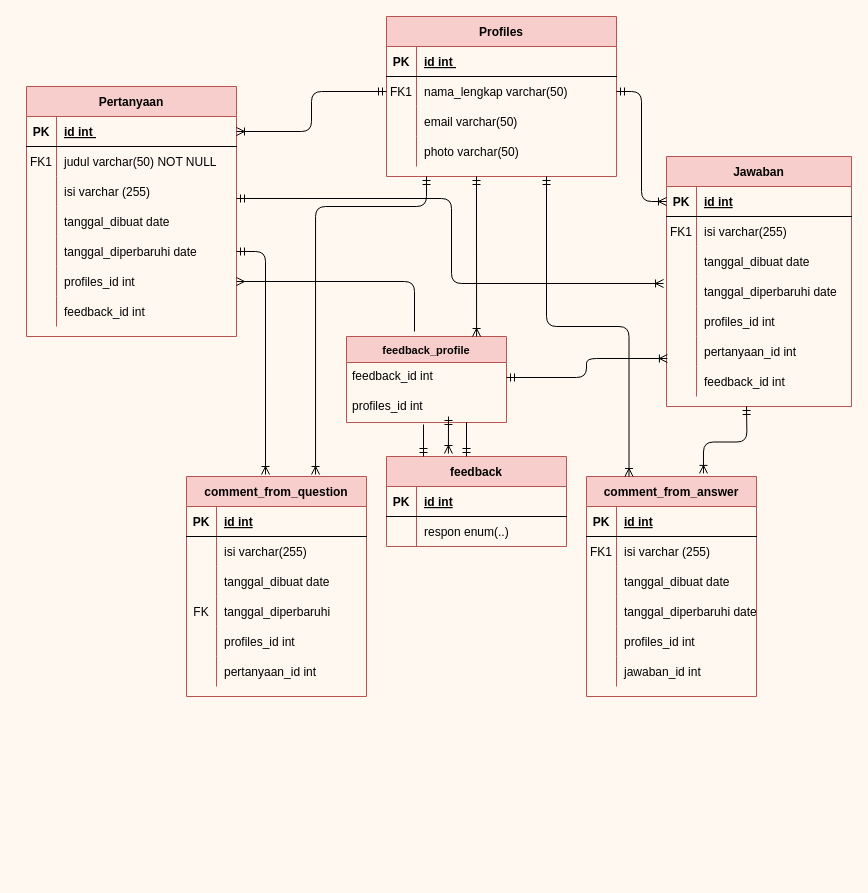
The draw.io diagram Untitled Diagram.drawio in Alfinaatika9/BelajarERD, before the edit. Source tidied: cells renumbered, new cells numbered last; positions are measured from the earlier drawing's top-left corner, leaving out a move shared by most shapes. Both pictures are drawn from the tidied source at 100%, with x=0, y=0 at pixel (26, 16).
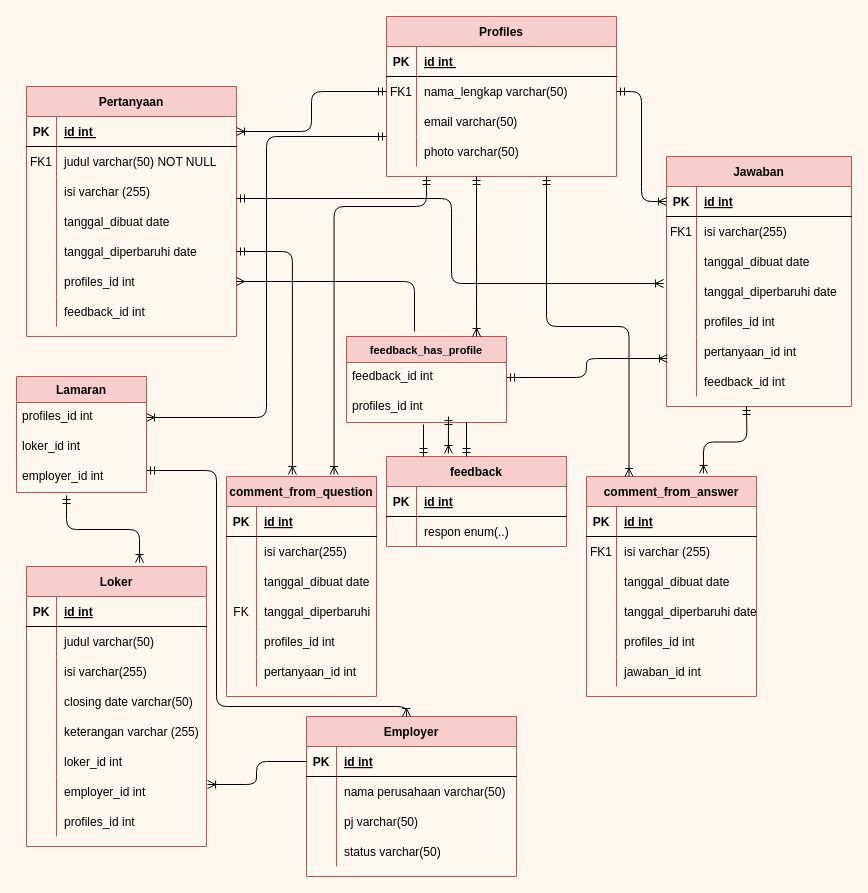
The same page after the edit.

Unchanged cells that the change refers to:
```xml
<mxCell id="34" style="shape=partialRectangle;fillColor=none;points=[[0,0.5],[1,0.5]];portConstraint=eastwest;top=0;left=0;right=0;bottom=0;" parent="24" vertex="1">
  <mxGeometry y="120" width="230" height="30" as="geometry" />
</mxCell>
```

Diff of the diagram source:
```diff
@@
-    <mxCell id="59" value="comment_from_question" style="shape=table;startSize=30;childLayout=tableLayout;rowLines=0;fontStyle=1;align=center;fillColor=#f8cecc;strokeColor=#b85450;" parent="1" vertex="1">
-      <mxGeometry x="160" y="460" width="180" height="220" as="geometry" />
-    </mxCell>
-    <mxCell id="60" style="shape=partialRectangle;fillColor=none;top=0;left=0;bottom=1;right=0;" parent="59" vertex="1">
-      <mxGeometry y="30" width="180" height="30" as="geometry" />
-    </mxCell>
-    <mxCell id="61" value="PK" style="shape=partialRectangle;fillColor=none;top=0;left=0;bottom=0;right=0;fontStyle=1;overflow=hidden;" parent="60" vertex="1">
-      <mxGeometry width="30" height="30" as="geometry" />
-    </mxCell>
-    <mxCell id="62" value="id int" style="shape=partialRectangle;fillColor=none;top=0;left=0;bottom=0;right=0;align=left;spacingLeft=6;fontStyle=5;overflow=hidden;" parent="60" vertex="1">
-      <mxGeometry x="30" width="150" height="30" as="geometry" />
-    </mxCell>
-    <mxCell id="63" style="shape=partialRectangle;fillColor=none;top=0;left=0;bottom=0;right=0;" parent="59" vertex="1">
-      <mxGeometry y="60" width="180" height="30" as="geometry" />
-    </mxCell>
-    <mxCell id="64" style="shape=partialRectangle;fillColor=none;top=0;left=0;bottom=0;right=0;overflow=hidden;" parent="63" vertex="1">
-      <mxGeometry width="30" height="30" as="geometry" />
-    </mxCell>
-    <mxCell id="65" value="isi varchar(255)" style="shape=partialRectangle;fillColor=none;top=0;left=0;bottom=0;right=0;align=left;spacingLeft=6;overflow=hidden;" parent="63" vertex="1">
-      <mxGeometry x="30" width="150" height="30" as="geometry" />
-    </mxCell>
-    <mxCell id="66" style="shape=partialRectangle;fillColor=none;top=0;left=0;bottom=0;right=0;" parent="59" vertex="1">
-      <mxGeometry y="90" width="180" height="30" as="geometry" />
-    </mxCell>
-    <mxCell id="67" style="shape=partialRectangle;fillColor=none;top=0;left=0;bottom=0;right=0;overflow=hidden;" parent="66" vertex="1">
-      <mxGeometry width="30" height="30" as="geometry" />
-    </mxCell>
-    <mxCell id="68" value="tanggal_dibuat date" style="shape=partialRectangle;fillColor=none;top=0;left=0;bottom=0;right=0;align=left;spacingLeft=6;overflow=hidden;" parent="66" vertex="1">
-      <mxGeometry x="30" width="150" height="30" as="geometry" />
-    </mxCell>
-    <mxCell id="69" style="shape=partialRectangle;fillColor=none;top=0;left=0;bottom=0;right=0;" parent="59" vertex="1">
-      <mxGeometry y="120" width="180" height="30" as="geometry" />
-    </mxCell>
-    <mxCell id="70" value="FK" style="shape=partialRectangle;fillColor=none;top=0;left=0;bottom=0;right=0;overflow=hidden;" parent="69" vertex="1">
-      <mxGeometry width="30" height="30" as="geometry" />
-    </mxCell>
-    <mxCell id="71" value="tanggal_diperbaruhi" style="shape=partialRectangle;fillColor=none;top=0;left=0;bottom=0;right=0;align=left;spacingLeft=6;overflow=hidden;" parent="69" vertex="1">
-      <mxGeometry x="30" width="150" height="30" as="geometry" />
-    </mxCell>
-    <mxCell id="72" style="shape=partialRectangle;fillColor=none;top=0;left=0;bottom=0;right=0;" parent="59" vertex="1">
-      <mxGeometry y="150" width="180" height="30" as="geometry" />
-    </mxCell>
-    <mxCell id="73" style="shape=partialRectangle;fillColor=none;top=0;left=0;bottom=0;right=0;overflow=hidden;" parent="72" vertex="1">
-      <mxGeometry width="30" height="30" as="geometry" />
-    </mxCell>
-    <mxCell id="74" value="profiles_id int" style="shape=partialRectangle;fillColor=none;top=0;left=0;bottom=0;right=0;align=left;spacingLeft=6;overflow=hidden;" parent="72" vertex="1">
-      <mxGeometry x="30" width="150" height="30" as="geometry" />
-    </mxCell>
-    <mxCell id="75" style="shape=partialRectangle;fillColor=none;top=0;left=0;bottom=0;right=0;" parent="59" vertex="1">
-      <mxGeometry y="180" width="180" height="30" as="geometry" />
-    </mxCell>
-    <mxCell id="76" style="shape=partialRectangle;fillColor=none;top=0;left=0;bottom=0;right=0;overflow=hidden;" parent="75" vertex="1">
-      <mxGeometry width="30" height="30" as="geometry" />
-    </mxCell>
-    <mxCell id="77" value="pertanyaan_id int" style="shape=partialRectangle;fillColor=none;top=0;left=0;bottom=0;right=0;align=left;spacingLeft=6;overflow=hidden;" parent="75" vertex="1">
-      <mxGeometry x="30" width="150" height="30" as="geometry" />
-    </mxCell>
-    <mxCell id="78" value="feedback_profile" style="swimlane;fontStyle=1;horizontal=1;startSize=26;align=center;fontSize=11;fillColor=#f8cecc;strokeColor=#b85450;" parent="1" vertex="1">
+    <mxCell id="78" value="feedback_has_profile" style="swimlane;fontStyle=1;horizontal=1;startSize=26;align=center;fontSize=11;fillColor=#f8cecc;strokeColor=#b85450;" parent="1" vertex="1">
       <mxGeometry x="320" y="320" width="160" height="86" as="geometry" />
     </mxCell>
@@
+    <mxCell id="120" style="edgeStyle=elbowEdgeStyle;fontSize=12;html=1;endArrow=ERoneToMany;startArrow=ERmandOne;entryX=1;entryY=0.5;entryDx=0;entryDy=0;exitX=0;exitY=0;exitDx=0;exitDy=0;exitPerimeter=0;" parent="1" edge="1" source="34" target="122">
+      <mxGeometry relative="1" as="geometry" />
+    </mxCell>
+    <mxCell id="121" value="Lamaran" style="swimlane;fontStyle=1;horizontal=1;startSize=26;align=center;fontSize=12;fillColor=#f8cecc;strokeColor=#b85450;" parent="1" vertex="1">
+      <mxGeometry x="-10" y="360" width="130" height="116" as="geometry" />
+    </mxCell>
+    <mxCell id="122" value="profiles_id int" style="text;strokeColor=none;fillColor=none;spacingLeft=4;spacingRight=4;overflow=hidden;points=[[0,0.5],[1,0.5]];portConstraint=eastwest;fontSize=12;" parent="121" vertex="1">
+      <mxGeometry y="26" width="130" height="30" as="geometry" />
+    </mxCell>
+    <mxCell id="123" value="loker_id int" style="text;strokeColor=none;fillColor=none;spacingLeft=4;spacingRight=4;overflow=hidden;fontSize=12;" parent="121" vertex="1">
+      <mxGeometry y="56" width="130" height="30" as="geometry" />
+    </mxCell>
+    <mxCell id="124" value="employer_id int" style="text;strokeColor=none;fillColor=none;spacingLeft=4;spacingRight=4;overflow=hidden;points=[[0,0.5],[1,0.5]];portConstraint=eastwest;fontSize=12;" parent="121" vertex="1">
+      <mxGeometry y="86" width="130" height="30" as="geometry" />
+    </mxCell>
+    <mxCell id="125" value="Loker" style="shape=table;startSize=30;childLayout=tableLayout;rowLines=0;fontStyle=1;align=center;fontSize=12;fillColor=#f8cecc;strokeColor=#b85450;" parent="1" vertex="1">
+      <mxGeometry y="550" width="180" height="280" as="geometry" />
+    </mxCell>
+    <mxCell id="126" style="shape=partialRectangle;fillColor=none;top=0;left=0;bottom=1;right=0;" parent="125" vertex="1">
+      <mxGeometry y="30" width="180" height="30" as="geometry" />
+    </mxCell>
+    <mxCell id="127" value="PK" style="shape=partialRectangle;fillColor=none;top=0;left=0;bottom=0;right=0;fontStyle=1;overflow=hidden;" parent="126" vertex="1">
+      <mxGeometry width="30" height="30" as="geometry" />
+    </mxCell>
+    <mxCell id="128" value="id int" style="shape=partialRectangle;fillColor=none;top=0;left=0;bottom=0;right=0;align=left;spacingLeft=6;fontStyle=5;overflow=hidden;" parent="126" vertex="1">
+      <mxGeometry x="30" width="150" height="30" as="geometry" />
+    </mxCell>
+    <mxCell id="129" style="shape=partialRectangle;fillColor=none;top=0;left=0;bottom=0;right=0;" parent="125" vertex="1">
+      <mxGeometry y="60" width="180" height="30" as="geometry" />
+    </mxCell>
+    <mxCell id="130" style="shape=partialRectangle;fillColor=none;top=0;left=0;bottom=0;right=0;overflow=hidden;" parent="129" vertex="1">
+      <mxGeometry width="30" height="30" as="geometry" />
+    </mxCell>
+    <mxCell id="131" value="judul varchar(50)" style="shape=partialRectangle;fillColor=none;top=0;left=0;bottom=0;right=0;align=left;spacingLeft=6;overflow=hidden;" parent="129" vertex="1">
+      <mxGeometry x="30" width="150" height="30" as="geometry" />
+    </mxCell>
+    <mxCell id="132" style="shape=partialRectangle;fillColor=none;top=0;left=0;bottom=0;right=0;" parent="125" vertex="1">
+      <mxGeometry y="90" width="180" height="30" as="geometry" />
+    </mxCell>
+    <mxCell id="133" style="shape=partialRectangle;fillColor=none;top=0;left=0;bottom=0;right=0;overflow=hidden;" parent="132" vertex="1">
+      <mxGeometry width="30" height="30" as="geometry" />
+    </mxCell>
+    <mxCell id="134" value="isi varchar(255)" style="shape=partialRectangle;fillColor=none;top=0;left=0;bottom=0;right=0;align=left;spacingLeft=6;overflow=hidden;" parent="132" vertex="1">
+      <mxGeometry x="30" width="150" height="30" as="geometry" />
+    </mxCell>
+    <mxCell id="135" style="shape=partialRectangle;fillColor=none;top=0;left=0;bottom=0;right=0;" parent="125" vertex="1">
+      <mxGeometry y="120" width="180" height="30" as="geometry" />
+    </mxCell>
+    <mxCell id="136" style="shape=partialRectangle;fillColor=none;top=0;left=0;bottom=0;right=0;overflow=hidden;" parent="135" vertex="1">
+      <mxGeometry width="30" height="30" as="geometry" />
+    </mxCell>
+    <mxCell id="137" value="closing date varchar(50)" style="shape=partialRectangle;fillColor=none;top=0;left=0;bottom=0;right=0;align=left;spacingLeft=6;overflow=hidden;" parent="135" vertex="1">
+      <mxGeometry x="30" width="150" height="30" as="geometry" />
+    </mxCell>
+    <mxCell id="138" style="shape=partialRectangle;fillColor=none;top=0;left=0;bottom=0;right=0;" parent="125" vertex="1">
+      <mxGeometry y="150" width="180" height="30" as="geometry" />
+    </mxCell>
+    <mxCell id="139" style="shape=partialRectangle;fillColor=none;top=0;left=0;bottom=0;right=0;overflow=hidden;" parent="138" vertex="1">
+      <mxGeometry width="30" height="30" as="geometry" />
+    </mxCell>
+    <mxCell id="140" value="keterangan varchar (255)" style="shape=partialRectangle;fillColor=none;top=0;left=0;bottom=0;right=0;align=left;spacingLeft=6;overflow=hidden;" parent="138" vertex="1">
+      <mxGeometry x="30" width="150" height="30" as="geometry" />
+    </mxCell>
+    <mxCell id="141" style="shape=partialRectangle;fillColor=none;top=0;left=0;bottom=0;right=0;" parent="125" vertex="1">
+      <mxGeometry y="180" width="180" height="30" as="geometry" />
+    </mxCell>
+    <mxCell id="142" style="shape=partialRectangle;fillColor=none;top=0;left=0;bottom=0;right=0;overflow=hidden;" parent="141" vertex="1">
+      <mxGeometry width="30" height="30" as="geometry" />
+    </mxCell>
+    <mxCell id="143" value="loker_id int" style="shape=partialRectangle;fillColor=none;top=0;left=0;bottom=0;right=0;align=left;spacingLeft=6;overflow=hidden;" parent="141" vertex="1">
+      <mxGeometry x="30" width="150" height="30" as="geometry" />
+    </mxCell>
+    <mxCell id="144" style="shape=partialRectangle;fillColor=none;top=0;left=0;bottom=0;right=0;points=[[0,0.5],[1,0.5]];portConstraint=eastwest;" parent="125" vertex="1">
+      <mxGeometry y="210" width="180" height="30" as="geometry" />
+    </mxCell>
+    <mxCell id="145" style="shape=partialRectangle;fillColor=none;top=0;left=0;bottom=0;right=0;overflow=hidden;" parent="144" vertex="1">
+      <mxGeometry width="30" height="30" as="geometry" />
+    </mxCell>
+    <mxCell id="146" value="employer_id int" style="shape=partialRectangle;fillColor=none;top=0;left=0;bottom=0;right=0;align=left;spacingLeft=6;overflow=hidden;" parent="144" vertex="1">
+      <mxGeometry x="30" width="150" height="30" as="geometry" />
+    </mxCell>
+    <mxCell id="147" style="shape=partialRectangle;fillColor=none;top=0;left=0;bottom=0;right=0;" parent="125" vertex="1">
+      <mxGeometry y="240" width="180" height="30" as="geometry" />
+    </mxCell>
+    <mxCell id="148" style="shape=partialRectangle;fillColor=none;top=0;left=0;bottom=0;right=0;overflow=hidden;" parent="147" vertex="1">
+      <mxGeometry width="30" height="30" as="geometry" />
+    </mxCell>
+    <mxCell id="149" value="profiles_id int" style="shape=partialRectangle;fillColor=none;top=0;left=0;bottom=0;right=0;align=left;spacingLeft=6;overflow=hidden;" parent="147" vertex="1">
+      <mxGeometry x="30" width="150" height="30" as="geometry" />
+    </mxCell>
+    <mxCell id="150" value="Employer" style="shape=table;startSize=30;childLayout=tableLayout;rowLines=0;fontStyle=1;align=center;fontSize=12;fillColor=#f8cecc;strokeColor=#b85450;" parent="1" vertex="1">
+      <mxGeometry x="280" y="700" width="210" height="160" as="geometry" />
+    </mxCell>
+    <mxCell id="151" style="shape=partialRectangle;fillColor=none;top=0;left=0;bottom=1;right=0;points=[[0,0.5],[1,0.5]];portConstraint=eastwest;" parent="150" vertex="1">
+      <mxGeometry y="30" width="210" height="30" as="geometry" />
+    </mxCell>
+    <mxCell id="152" value="PK" style="shape=partialRectangle;fillColor=none;top=0;left=0;bottom=0;right=0;fontStyle=1;overflow=hidden;" parent="151" vertex="1">
+      <mxGeometry width="30" height="30" as="geometry" />
+    </mxCell>
+    <mxCell id="153" value="id int" style="shape=partialRectangle;fillColor=none;top=0;left=0;bottom=0;right=0;align=left;spacingLeft=6;fontStyle=5;overflow=hidden;" parent="151" vertex="1">
+      <mxGeometry x="30" width="180" height="30" as="geometry" />
+    </mxCell>
+    <mxCell id="154" style="shape=partialRectangle;fillColor=none;top=0;left=0;bottom=0;right=0;" parent="150" vertex="1">
+      <mxGeometry y="60" width="210" height="30" as="geometry" />
+    </mxCell>
+    <mxCell id="155" style="shape=partialRectangle;fillColor=none;top=0;left=0;bottom=0;right=0;overflow=hidden;" parent="154" vertex="1">
+      <mxGeometry width="30" height="30" as="geometry" />
+    </mxCell>
+    <mxCell id="156" value="nama perusahaan varchar(50)" style="shape=partialRectangle;fillColor=none;top=0;left=0;bottom=0;right=0;align=left;spacingLeft=6;overflow=hidden;" parent="154" vertex="1">
+      <mxGeometry x="30" width="180" height="30" as="geometry" />
+    </mxCell>
+    <mxCell id="157" style="shape=partialRectangle;fillColor=none;top=0;left=0;bottom=0;right=0;" parent="150" vertex="1">
+      <mxGeometry y="90" width="210" height="30" as="geometry" />
+    </mxCell>
+    <mxCell id="158" style="shape=partialRectangle;fillColor=none;top=0;left=0;bottom=0;right=0;overflow=hidden;" parent="157" vertex="1">
+      <mxGeometry width="30" height="30" as="geometry" />
+    </mxCell>
+    <mxCell id="159" value="pj varchar(50)" style="shape=partialRectangle;fillColor=none;top=0;left=0;bottom=0;right=0;align=left;spacingLeft=6;overflow=hidden;" parent="157" vertex="1">
+      <mxGeometry x="30" width="180" height="30" as="geometry" />
+    </mxCell>
+    <mxCell id="160" style="shape=partialRectangle;fillColor=none;top=0;left=0;bottom=0;right=0;" parent="150" vertex="1">
+      <mxGeometry y="120" width="210" height="30" as="geometry" />
+    </mxCell>
+    <mxCell id="161" style="shape=partialRectangle;fillColor=none;top=0;left=0;bottom=0;right=0;overflow=hidden;" parent="160" vertex="1">
+      <mxGeometry width="30" height="30" as="geometry" />
+    </mxCell>
+    <mxCell id="162" value="status varchar(50)" style="shape=partialRectangle;fillColor=none;top=0;left=0;bottom=0;right=0;align=left;spacingLeft=6;overflow=hidden;" parent="160" vertex="1">
+      <mxGeometry x="30" width="180" height="30" as="geometry" />
+    </mxCell>
+    <mxCell id="163" style="edgeStyle=orthogonalEdgeStyle;fontSize=12;html=1;endArrow=ERoneToMany;exitX=0;exitY=0.5;exitDx=0;exitDy=0;entryX=1.006;entryY=0.267;entryDx=0;entryDy=0;entryPerimeter=0;" parent="1" edge="1" source="151" target="144">
+      <mxGeometry relative="1" as="geometry" />
+    </mxCell>
+    <mxCell id="164" style="edgeStyle=elbowEdgeStyle;fontSize=12;html=1;endArrow=ERoneToMany;startArrow=ERmandOne;elbow=vertical;entryX=0.628;entryY=-0.014;entryDx=0;entryDy=0;entryPerimeter=0;exitX=0.385;exitY=1.1;exitDx=0;exitDy=0;exitPerimeter=0;" parent="1" edge="1" source="124" target="125">
+      <mxGeometry relative="1" as="geometry" />
+    </mxCell>
+    <mxCell id="59" value="comment_from_question" style="shape=table;startSize=30;childLayout=tableLayout;rowLines=0;fontStyle=1;align=center;fillColor=#f8cecc;strokeColor=#b85450;" parent="1" vertex="1">
+      <mxGeometry x="200" y="460" width="150" height="220" as="geometry" />
+    </mxCell>
+    <mxCell id="60" style="shape=partialRectangle;fillColor=none;top=0;left=0;bottom=1;right=0;" parent="59" vertex="1">
+      <mxGeometry y="30" width="150" height="30" as="geometry" />
+    </mxCell>
+    <mxCell id="61" value="PK" style="shape=partialRectangle;fillColor=none;top=0;left=0;bottom=0;right=0;fontStyle=1;overflow=hidden;" parent="60" vertex="1">
+      <mxGeometry width="30" height="30" as="geometry" />
+    </mxCell>
+    <mxCell id="62" value="id int" style="shape=partialRectangle;fillColor=none;top=0;left=0;bottom=0;right=0;align=left;spacingLeft=6;fontStyle=5;overflow=hidden;" parent="60" vertex="1">
+      <mxGeometry x="30" width="120" height="30" as="geometry" />
+    </mxCell>
+    <mxCell id="63" style="shape=partialRectangle;fillColor=none;top=0;left=0;bottom=0;right=0;" parent="59" vertex="1">
+      <mxGeometry y="60" width="150" height="30" as="geometry" />
+    </mxCell>
+    <mxCell id="64" style="shape=partialRectangle;fillColor=none;top=0;left=0;bottom=0;right=0;overflow=hidden;" parent="63" vertex="1">
+      <mxGeometry width="30" height="30" as="geometry" />
+    </mxCell>
+    <mxCell id="65" value="isi varchar(255)" style="shape=partialRectangle;fillColor=none;top=0;left=0;bottom=0;right=0;align=left;spacingLeft=6;overflow=hidden;" parent="63" vertex="1">
+      <mxGeometry x="30" width="120" height="30" as="geometry" />
+    </mxCell>
+    <mxCell id="66" style="shape=partialRectangle;fillColor=none;top=0;left=0;bottom=0;right=0;" parent="59" vertex="1">
+      <mxGeometry y="90" width="150" height="30" as="geometry" />
+    </mxCell>
+    <mxCell id="67" style="shape=partialRectangle;fillColor=none;top=0;left=0;bottom=0;right=0;overflow=hidden;" parent="66" vertex="1">
+      <mxGeometry width="30" height="30" as="geometry" />
+    </mxCell>
+    <mxCell id="68" value="tanggal_dibuat date" style="shape=partialRectangle;fillColor=none;top=0;left=0;bottom=0;right=0;align=left;spacingLeft=6;overflow=hidden;" parent="66" vertex="1">
+      <mxGeometry x="30" width="120" height="30" as="geometry" />
+    </mxCell>
+    <mxCell id="69" style="shape=partialRectangle;fillColor=none;top=0;left=0;bottom=0;right=0;" parent="59" vertex="1">
+      <mxGeometry y="120" width="150" height="30" as="geometry" />
+    </mxCell>
+    <mxCell id="70" value="FK" style="shape=partialRectangle;fillColor=none;top=0;left=0;bottom=0;right=0;overflow=hidden;" parent="69" vertex="1">
+      <mxGeometry width="30" height="30" as="geometry" />
+    </mxCell>
+    <mxCell id="71" value="tanggal_diperbaruhi" style="shape=partialRectangle;fillColor=none;top=0;left=0;bottom=0;right=0;align=left;spacingLeft=6;overflow=hidden;" parent="69" vertex="1">
+      <mxGeometry x="30" width="120" height="30" as="geometry" />
+    </mxCell>
+    <mxCell id="72" style="shape=partialRectangle;fillColor=none;top=0;left=0;bottom=0;right=0;" parent="59" vertex="1">
+      <mxGeometry y="150" width="150" height="30" as="geometry" />
+    </mxCell>
+    <mxCell id="73" style="shape=partialRectangle;fillColor=none;top=0;left=0;bottom=0;right=0;overflow=hidden;" parent="72" vertex="1">
+      <mxGeometry width="30" height="30" as="geometry" />
+    </mxCell>
+    <mxCell id="74" value="profiles_id int" style="shape=partialRectangle;fillColor=none;top=0;left=0;bottom=0;right=0;align=left;spacingLeft=6;overflow=hidden;" parent="72" vertex="1">
+      <mxGeometry x="30" width="120" height="30" as="geometry" />
+    </mxCell>
+    <mxCell id="75" style="shape=partialRectangle;fillColor=none;top=0;left=0;bottom=0;right=0;" parent="59" vertex="1">
+      <mxGeometry y="180" width="150" height="30" as="geometry" />
+    </mxCell>
+    <mxCell id="76" style="shape=partialRectangle;fillColor=none;top=0;left=0;bottom=0;right=0;overflow=hidden;" parent="75" vertex="1">
+      <mxGeometry width="30" height="30" as="geometry" />
+    </mxCell>
+    <mxCell id="77" value="pertanyaan_id int" style="shape=partialRectangle;fillColor=none;top=0;left=0;bottom=0;right=0;align=left;spacingLeft=6;overflow=hidden;" parent="75" vertex="1">
+      <mxGeometry x="30" width="120" height="30" as="geometry" />
+    </mxCell>
+    <mxCell id="165" style="edgeStyle=orthogonalEdgeStyle;fontSize=12;html=1;endArrow=ERoneToMany;startArrow=ERmandOne;elbow=vertical;entryX=0.476;entryY=0;entryDx=0;entryDy=0;entryPerimeter=0;" parent="1" edge="1" source="124" target="150">
+      <mxGeometry relative="1" as="geometry">
+        <Array as="points">
+          <mxPoint x="190" y="454" />
+          <mxPoint x="190" y="690" />
+          <mxPoint x="380" y="690" />
+        </Array>
+      </mxGeometry>
+    </mxCell>
+    <mxCell id="166" style="edgeStyle=elbowEdgeStyle;rounded=0;orthogonalLoop=1;jettySize=auto;elbow=vertical;html=1;entryX=0.448;entryY=0;entryDx=0;entryDy=0;entryPerimeter=0;fontSize=12;" parent="1" edge="1" source="150" target="150">
+      <mxGeometry relative="1" as="geometry" />
+    </mxCell>
```
